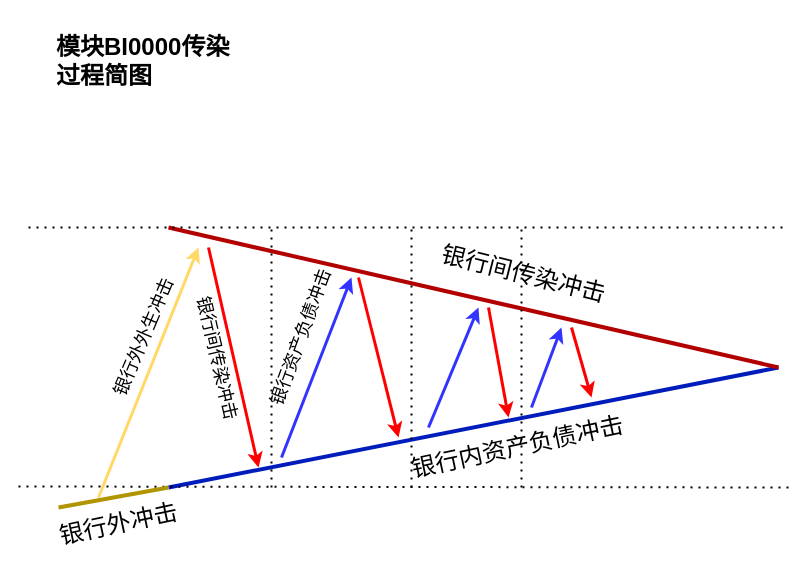
The draw.io diagram page "模块BI0000传染过程简图" (1 of 3) of Models/模型模块/模块之银行间市场.drawio in ComplexScienceLab/SystemicRiskSimulator, before the edit. Source tidied: cells renumbered, new cells numbered last; positions are measured from the earlier drawing's top-left corner, leaving out a move shared by most shapes. Both pictures are drawn from the tidied source at 100%, with x=0, y=0 at pixel (18, 27).
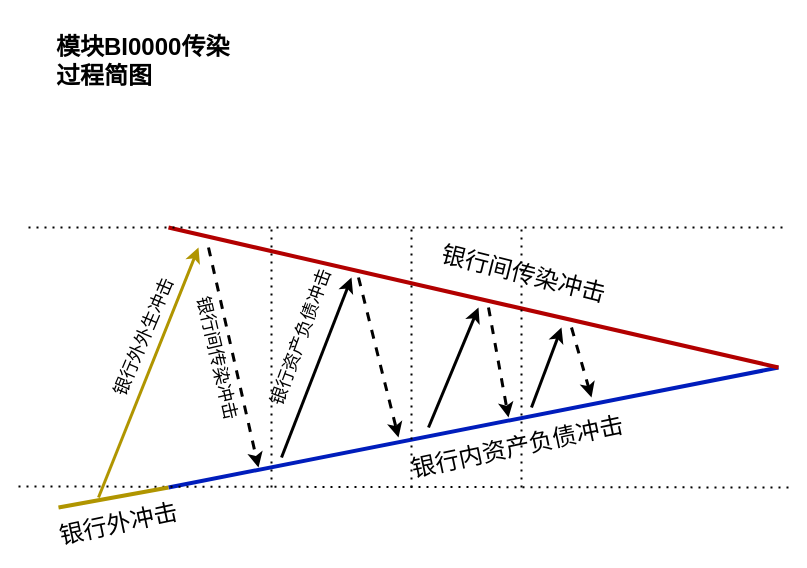
The same page after the edit.

Diff of the diagram source:
```diff
@@
-    <mxCell id="9" style="endArrow=classic;startArrow=none;html=1;rounded=0;labelBackgroundColor=none;fontFamily=Times New Roman;fontSize=24;strokeColor=#FF0000;strokeWidth=3;startFill=0;fillColor=#e3c800;" parent="1" edge="1">
+    <mxCell id="9" style="endArrow=classic;startArrow=none;html=1;rounded=0;labelBackgroundColor=none;fontFamily=Times New Roman;fontSize=24;strokeColor=#000000;strokeWidth=3;startFill=0;fillColor=#e3c800;dashed=1;" parent="1" edge="1">
       <mxGeometry relative="1" as="geometry">
         <mxPoint x="190" y="220" as="sourcePoint" />
         <mxPoint x="240" y="440" as="targetPoint" />
       </mxGeometry>
     </mxCell>
@@
-    <mxCell id="11" style="endArrow=classic;startArrow=none;html=1;rounded=0;labelBackgroundColor=none;fontFamily=Times New Roman;fontSize=24;strokeColor=#FFD966;strokeWidth=3;startFill=0;endFill=1;fillColor=#e3c800;" parent="1" edge="1">
+    <mxCell id="11" style="endArrow=classic;startArrow=none;html=1;rounded=0;labelBackgroundColor=none;fontFamily=Times New Roman;fontSize=24;strokeColor=#B09500;strokeWidth=3;startFill=0;endFill=1;fillColor=#e3c800;" parent="1" edge="1">
       <mxGeometry relative="1" as="geometry">
         <mxPoint x="80" y="470" as="sourcePoint" />
         <mxPoint x="180" y="220" as="targetPoint" />
       </mxGeometry>
     </mxCell>
@@
-    <mxCell id="13" style="endArrow=classic;startArrow=none;html=1;rounded=0;labelBackgroundColor=none;fontFamily=Times New Roman;fontSize=24;strokeColor=#FF0000;strokeWidth=3;startFill=0;fillColor=#e3c800;" parent="1" edge="1">
+    <mxCell id="13" style="endArrow=classic;startArrow=none;html=1;rounded=0;labelBackgroundColor=none;fontFamily=Times New Roman;fontSize=24;strokeColor=#000000;strokeWidth=3;startFill=0;fillColor=#e3c800;dashed=1;" parent="1" edge="1">
       <mxGeometry relative="1" as="geometry">
         <mxPoint x="340" y="250" as="sourcePoint" />
         <mxPoint x="380" y="410" as="targetPoint" />
       </mxGeometry>
     </mxCell>
-    <mxCell id="14" style="endArrow=classic;startArrow=none;html=1;rounded=0;labelBackgroundColor=none;fontFamily=Times New Roman;fontSize=24;strokeColor=#3333FF;strokeWidth=3;startFill=0;endFill=1;" parent="1" edge="1">
+    <mxCell id="14" style="endArrow=classic;startArrow=none;html=1;rounded=0;labelBackgroundColor=none;fontFamily=Times New Roman;fontSize=24;strokeColor=#000000;strokeWidth=3;startFill=0;endFill=1;fillColor=#e51400;" parent="1" edge="1">
       <mxGeometry relative="1" as="geometry">
         <mxPoint x="263" y="430" as="sourcePoint" />
         <mxPoint x="333" y="250" as="targetPoint" />
       </mxGeometry>
     </mxCell>
@@
-    <mxCell id="16" style="endArrow=classic;startArrow=none;html=1;rounded=0;labelBackgroundColor=none;fontFamily=Times New Roman;fontSize=24;strokeColor=#3333FF;strokeWidth=3;startFill=0;endFill=1;" parent="1" edge="1">
+    <mxCell id="16" style="endArrow=classic;startArrow=none;html=1;rounded=0;labelBackgroundColor=none;fontFamily=Times New Roman;fontSize=24;strokeColor=#000000;strokeWidth=3;startFill=0;endFill=1;fillColor=#e51400;" parent="1" edge="1">
       <mxGeometry relative="1" as="geometry">
         <mxPoint x="410" y="400" as="sourcePoint" />
         <mxPoint x="460" y="280" as="targetPoint" />
       </mxGeometry>
     </mxCell>
-    <mxCell id="17" style="endArrow=classic;startArrow=none;html=1;rounded=0;labelBackgroundColor=none;fontFamily=Times New Roman;fontSize=24;strokeColor=#FF0000;strokeWidth=3;startFill=0;fillColor=#e3c800;" parent="1" edge="1">
+    <mxCell id="17" style="endArrow=classic;startArrow=none;html=1;rounded=0;labelBackgroundColor=none;fontFamily=Times New Roman;fontSize=24;strokeColor=#000000;strokeWidth=3;startFill=0;fillColor=#e3c800;dashed=1;" parent="1" edge="1">
       <mxGeometry relative="1" as="geometry">
         <mxPoint x="470" y="280" as="sourcePoint" />
         <mxPoint x="490" y="390" as="targetPoint" />
       </mxGeometry>
     </mxCell>
@@
-    <mxCell id="23" style="endArrow=classic;startArrow=none;html=1;rounded=0;labelBackgroundColor=none;fontFamily=Times New Roman;fontSize=24;strokeColor=#FF0000;strokeWidth=3;startFill=0;fillColor=#e3c800;" parent="1" edge="1">
+    <mxCell id="23" style="endArrow=classic;startArrow=none;html=1;rounded=0;labelBackgroundColor=none;fontFamily=Times New Roman;fontSize=24;strokeColor=#000000;strokeWidth=3;startFill=0;fillColor=#e3c800;dashed=1;" parent="1" edge="1">
       <mxGeometry relative="1" as="geometry">
         <mxPoint x="553" y="300" as="sourcePoint" />
         <mxPoint x="573" y="370" as="targetPoint" />
       </mxGeometry>
     </mxCell>
-    <mxCell id="24" style="endArrow=classic;startArrow=none;html=1;rounded=0;labelBackgroundColor=none;fontFamily=Times New Roman;fontSize=24;strokeColor=#3333FF;strokeWidth=3;startFill=0;endFill=1;" parent="1" edge="1">
+    <mxCell id="24" style="endArrow=classic;startArrow=none;html=1;rounded=0;labelBackgroundColor=none;fontFamily=Times New Roman;fontSize=24;strokeColor=#000000;strokeWidth=3;startFill=0;endFill=1;fillColor=#e51400;" parent="1" edge="1">
       <mxGeometry relative="1" as="geometry">
         <mxPoint x="513" y="380" as="sourcePoint" />
         <mxPoint x="543" y="300" as="targetPoint" />
       </mxGeometry>
     </mxCell>
```
